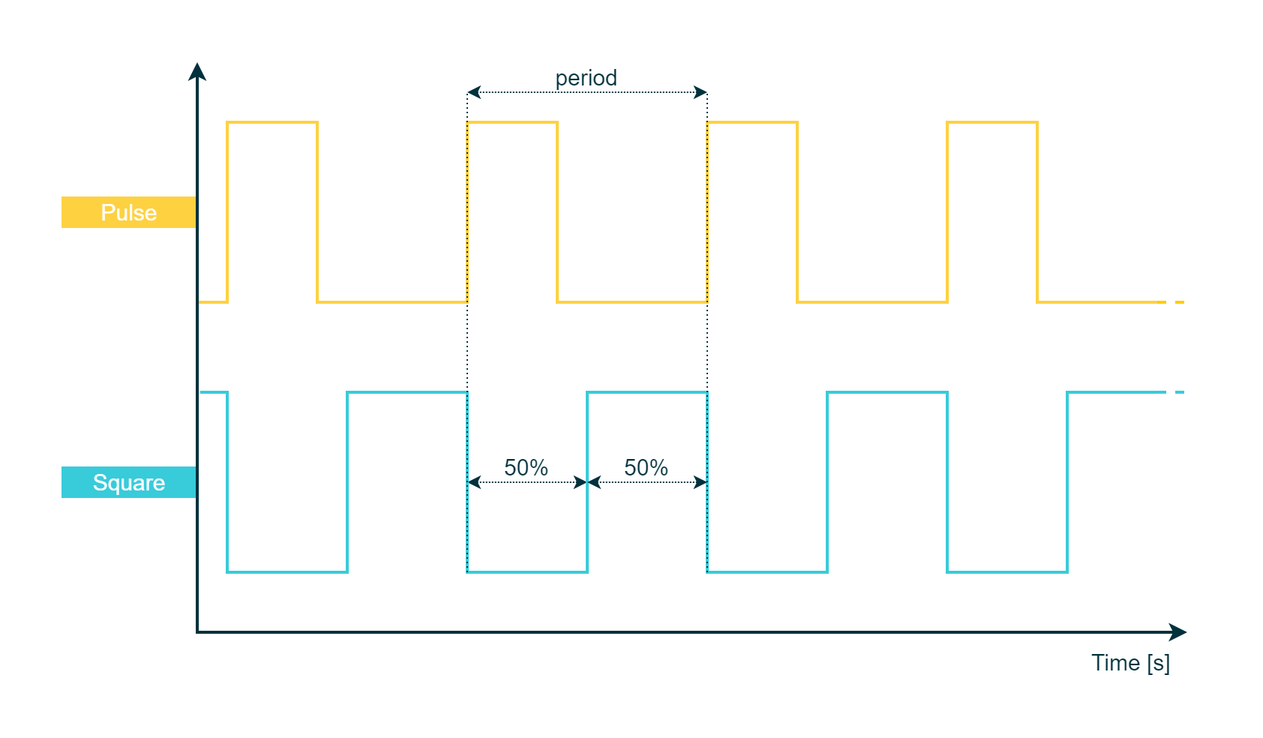
The draw.io diagram draw.io/PE Articles/General knowledge/Fundamentals/PWM 101 from Duty Cycle to Motor Control/Square vs pulse 2 (PE).png in PLAY-Embedded/pe_assets, before a commit. Source tidied: cells renumbered, new cells last; positions are measured from the earlier drawing's top-left corner, leaving out a move shared by most shapes.
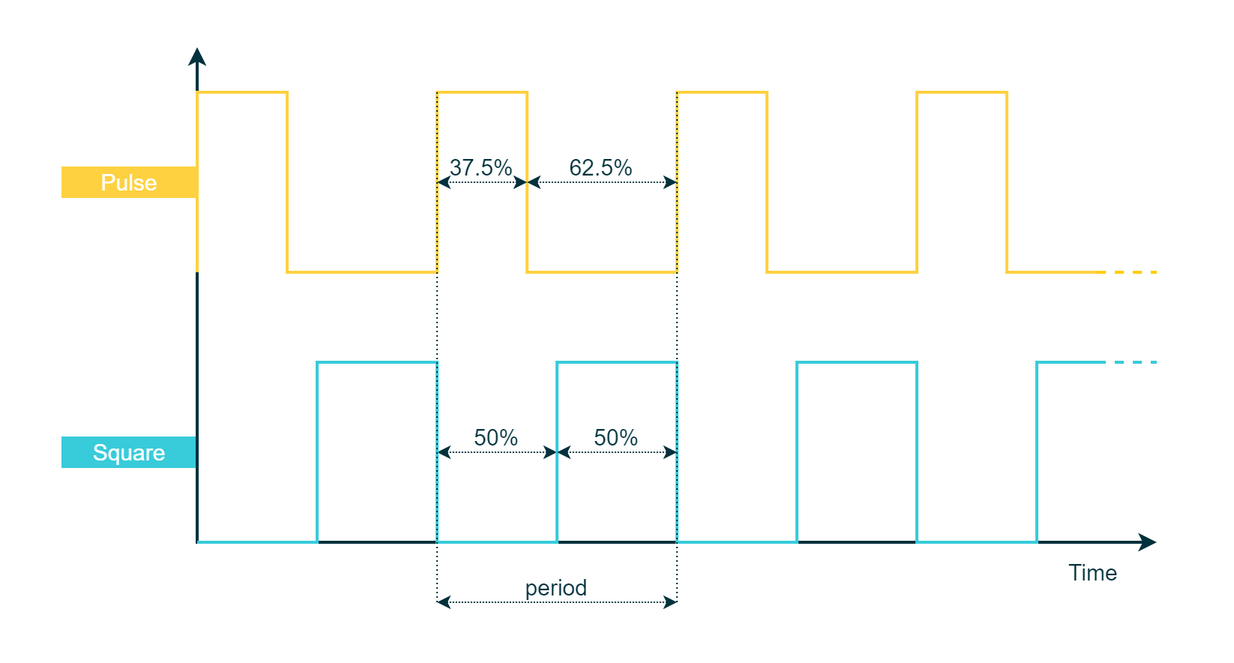
The same file after the commit.

What changed in the source:
```diff
@@ -2,15 +2,30 @@
   <root>
     <mxCell id="0" />
     <mxCell id="1" parent="0" />
+    <mxCell id="12" value="&lt;font style=&quot;font-size: 15px;&quot;&gt;Pulse&lt;/font&gt;" style="rounded=0;whiteSpace=wrap;html=1;fillColor=#FED141;strokeColor=#FED141;fontColor=#FFFFFF;fontSize=10;" parent="1" vertex="1">
+      <mxGeometry x="60" y="130" width="90" height="20" as="geometry" />
+    </mxCell>
+    <mxCell id="11" value="&lt;span style=&quot;font-size: 15px;&quot;&gt;Square&lt;/span&gt;" style="rounded=0;whiteSpace=wrap;html=1;fillColor=#38CBDA;strokeColor=#38CBDA;fontColor=#FFFFFF;fontSize=10;" parent="1" vertex="1">
+      <mxGeometry x="60" y="310" width="90" height="20" as="geometry" />
+    </mxCell>
     <mxCell id="2" style="rounded=0;whiteSpace=wrap;html=1;strokeColor=#00313C;strokeWidth=2;fontFamily=Arial;fontSize=20;fontColor=#FFFFFF;fillColor=#00313C;opacity=0;" parent="1" vertex="1">
-      <mxGeometry width="840" height="490" as="geometry" />
+      <mxGeometry x="20" y="20" width="820" height="440" as="geometry" />
     </mxCell>
+    <mxCell id="15" style="endArrow=classic;html=1;strokeWidth=2;startArrow=classic;startFill=1;rounded=0;fontFamily=Arial;fillColor=#00313C;strokeColor=#00313C;" parent="1" edge="1">
+      <mxGeometry relative="1" as="geometry">
+        <mxPoint x="790" y="380" as="sourcePoint" />
+        <mxPoint x="150" y="50" as="targetPoint" />
+        <Array as="points">
+          <mxPoint x="150" y="380" />
+        </Array>
+      </mxGeometry>
+    </mxCell>
-    <mxCell id="3" value="&lt;font color=&quot;#00313c&quot; style=&quot;font-size: 15px;&quot;&gt;Time [s]&amp;nbsp;&lt;/font&gt;" style="rounded=0;whiteSpace=wrap;html=1;strokeColor=none;strokeWidth=1;fillColor=none;fontFamily=Arial;fontSize=12;fontColor=#000000;align=center;" parent="1" vertex="1">
-      <mxGeometry x="720" y="430" width="70" height="20" as="geometry" />
+    <mxCell id="3" value="&lt;font color=&quot;#00313c&quot; style=&quot;font-size: 15px;&quot;&gt;Time&amp;nbsp;&lt;/font&gt;" style="rounded=0;whiteSpace=wrap;html=1;strokeColor=none;strokeWidth=1;fillColor=none;fontFamily=Arial;fontSize=12;fontColor=#000000;align=center;" parent="1" vertex="1">
+      <mxGeometry x="710" y="390" width="80" height="20" as="geometry" />
     </mxCell>
     <mxCell id="4" style="endArrow=none;dashed=1;html=1;labelBackgroundColor=none;strokeColor=#FFCD00;strokeWidth=2;fillColor=#FFCD00;fontFamily=Arial;fontSize=11;fontColor=#8637BA;" parent="1" edge="1">
       <mxGeometry relative="1" as="geometry">
-        <mxPoint x="770" y="200" as="sourcePoint" />
+        <mxPoint x="750" y="200" as="sourcePoint" />
         <mxPoint x="790" y="200" as="targetPoint" />
       </mxGeometry>
     </mxCell>
@@ -28,10 +43,9 @@
     </mxCell>
     <mxCell id="7" style="endArrow=none;html=1;rounded=0;strokeColor=#38CBDA;strokeWidth=2;fontFamily=Arial;fontSize=20;fontColor=#931241;fillColor=#38CBDA;" parent="1" edge="1">
       <mxGeometry relative="1" as="geometry">
-        <mxPoint x="132" y="260" as="sourcePoint" />
-        <mxPoint x="770" y="260" as="targetPoint" />
+        <mxPoint x="150" y="380" as="sourcePoint" />
+        <mxPoint x="750" y="260" as="targetPoint" />
         <Array as="points">
-          <mxPoint x="150" y="260" />
           <mxPoint x="150" y="380" />
           <mxPoint x="230" y="380" />
           <mxPoint x="230" y="260" />
@@ -52,8 +66,8 @@
     </mxCell>
     <mxCell id="8" style="endArrow=none;html=1;rounded=0;strokeColor=#FED141;strokeWidth=2;fontFamily=Arial;fontSize=20;fontColor=#931241;fillColor=#FED141;" parent="1" edge="1">
       <mxGeometry relative="1" as="geometry">
-        <mxPoint x="130" y="200" as="sourcePoint" />
-        <mxPoint x="770" y="200" as="targetPoint" />
+        <mxPoint x="150" y="200" as="sourcePoint" />
+        <mxPoint x="750" y="200" as="targetPoint" />
         <Array as="points">
           <mxPoint x="150" y="200" />
           <mxPoint x="150" y="80" />
@@ -76,43 +90,28 @@
     </mxCell>
     <mxCell id="9" style="endArrow=none;dashed=1;html=1;labelBackgroundColor=none;strokeColor=#38CBDA;strokeWidth=2;fillColor=#38CBDA;fontFamily=Arial;fontSize=11;fontColor=#8637BA;" parent="1" edge="1">
       <mxGeometry relative="1" as="geometry">
-        <mxPoint x="770" y="260" as="sourcePoint" />
+        <mxPoint x="750" y="260" as="sourcePoint" />
         <mxPoint x="790" y="260" as="targetPoint" />
       </mxGeometry>
     </mxCell>
     <mxCell id="10" style="endArrow=none;dashed=1;html=1;dashPattern=1 2;labelBackgroundColor=none;strokeColor=#00313C;strokeWidth=1;fillColor=#00313C;fontFamily=Arial;fontSize=10;fontColor=#0067B9;entryX=0;entryY=1;entryDx=0;entryDy=0;" parent="1" edge="1" target="16">
       <mxGeometry relative="1" as="geometry">
-        <mxPoint x="310" y="380" as="sourcePoint" />
+        <mxPoint x="310" y="80" as="sourcePoint" />
       </mxGeometry>
     </mxCell>
-    <mxCell id="11" value="&lt;span style=&quot;font-size: 15px;&quot;&gt;Square&lt;/span&gt;" style="rounded=0;whiteSpace=wrap;html=1;fillColor=#38CBDA;strokeColor=#38CBDA;fontColor=#FFFFFF;fontSize=10;" parent="1" vertex="1">
-      <mxGeometry x="40" y="310" width="90" height="20" as="geometry" />
-    </mxCell>
-    <mxCell id="12" value="&lt;font style=&quot;font-size: 15px;&quot;&gt;Pulse&lt;/font&gt;" style="rounded=0;whiteSpace=wrap;html=1;fillColor=#FED141;strokeColor=#FED141;fontColor=#FFFFFF;fontSize=10;" parent="1" vertex="1">
-      <mxGeometry x="40" y="130" width="90" height="20" as="geometry" />
-    </mxCell>
     <mxCell id="13" style="endArrow=none;dashed=1;html=1;dashPattern=1 2;labelBackgroundColor=none;strokeColor=#00313C;strokeWidth=1;fillColor=#00313C;fontFamily=Arial;fontSize=10;fontColor=#0067B9;entryX=1;entryY=1;entryDx=0;entryDy=0;" parent="1" edge="1" target="16">
       <mxGeometry relative="1" as="geometry">
-        <mxPoint x="470" y="380" as="sourcePoint" />
+        <mxPoint x="470" y="80" as="sourcePoint" />
       </mxGeometry>
     </mxCell>
     <mxCell id="14" style="endArrow=classic;startArrow=classic;html=1;labelBackgroundColor=none;strokeColor=#00313C;strokeWidth=1;fillColor=#00313C;fontFamily=Arial;fontSize=8;fontColor=#0067B9;dashed=1;dashPattern=1 1;" parent="1" edge="1">
       <mxGeometry relative="1" as="geometry">
-        <mxPoint x="310" y="60" as="sourcePoint" />
-        <mxPoint x="470" y="60" as="targetPoint" />
+        <mxPoint x="310" y="420" as="sourcePoint" />
+        <mxPoint x="470" y="420" as="targetPoint" />
       </mxGeometry>
     </mxCell>
-    <mxCell id="15" style="endArrow=classic;html=1;strokeWidth=2;startArrow=classic;startFill=1;rounded=0;fontFamily=Arial;fillColor=#00313C;strokeColor=#00313C;" parent="1" edge="1">
-      <mxGeometry relative="1" as="geometry">
-        <mxPoint x="790" y="420" as="sourcePoint" />
-        <mxPoint x="130" y="40" as="targetPoint" />
-        <Array as="points">
-          <mxPoint x="130" y="420" />
-        </Array>
-      </mxGeometry>
-    </mxCell>
     <mxCell id="16" value="&lt;font color=&quot;#00313c&quot; style=&quot;font-size: 15px;&quot;&gt;period&lt;/font&gt;" style="rounded=0;whiteSpace=wrap;html=1;strokeColor=none;strokeWidth=1;fillColor=none;fontFamily=Arial;fontSize=8;fontColor=#4DB182;align=center;" parent="1" vertex="1">
-      <mxGeometry x="310" y="40" width="160" height="20" as="geometry" />
+      <mxGeometry x="310" y="400" width="160" height="20" as="geometry" />
     </mxCell>
     <mxCell id="17" style="endArrow=classic;startArrow=classic;html=1;labelBackgroundColor=none;strokeColor=#00313C;strokeWidth=1;fillColor=#00313C;fontFamily=Arial;fontSize=8;fontColor=#0067B9;dashed=1;dashPattern=1 1;" parent="1" edge="1">
       <mxGeometry relative="1" as="geometry">
@@ -126,5 +125,23 @@
     <mxCell id="19" value="&lt;font color=&quot;#00313c&quot; style=&quot;font-size: 15px;&quot;&gt;50%&lt;/font&gt;" style="rounded=0;whiteSpace=wrap;html=1;strokeColor=none;strokeWidth=1;fillColor=none;fontFamily=Arial;fontSize=8;fontColor=#4DB182;align=center;" parent="1" vertex="1">
       <mxGeometry x="390" y="300" width="80" height="20" as="geometry" />
     </mxCell>
+    <mxCell id="20" value="&lt;font color=&quot;#00313c&quot; style=&quot;font-size: 15px;&quot;&gt;37.5%&lt;/font&gt;" style="rounded=0;whiteSpace=wrap;html=1;strokeColor=none;strokeWidth=1;fillColor=none;fontFamily=Arial;fontSize=8;fontColor=#4DB182;align=center;" parent="1" vertex="1">
+      <mxGeometry x="310" y="120" width="60" height="20" as="geometry" />
+    </mxCell>
+    <mxCell id="21" style="endArrow=classic;startArrow=classic;html=1;labelBackgroundColor=none;strokeColor=#00313C;strokeWidth=1;fillColor=#00313C;fontFamily=Arial;fontSize=8;fontColor=#0067B9;dashed=1;dashPattern=1 1;" parent="1" edge="1">
+      <mxGeometry relative="1" as="geometry">
+        <mxPoint x="310" y="140" as="sourcePoint" />
+        <mxPoint x="370" y="140" as="targetPoint" />
+      </mxGeometry>
+    </mxCell>
+    <mxCell id="22" style="endArrow=classic;startArrow=classic;html=1;labelBackgroundColor=none;strokeColor=#00313C;strokeWidth=1;fillColor=#00313C;fontFamily=Arial;fontSize=8;fontColor=#0067B9;dashed=1;dashPattern=1 1;" parent="1" edge="1">
+      <mxGeometry relative="1" as="geometry">
+        <mxPoint x="370" y="140" as="sourcePoint" />
+        <mxPoint x="470" y="140" as="targetPoint" />
+      </mxGeometry>
+    </mxCell>
+    <mxCell id="23" value="&lt;font color=&quot;#00313c&quot; style=&quot;font-size: 15px;&quot;&gt;62.5%&lt;/font&gt;" style="rounded=0;whiteSpace=wrap;html=1;strokeColor=none;strokeWidth=1;fillColor=none;fontFamily=Arial;fontSize=8;fontColor=#4DB182;align=center;" parent="1" vertex="1">
+      <mxGeometry x="370" y="120" width="100" height="20" as="geometry" />
+    </mxCell>
   </root>
 </mxGraphModel>
```
